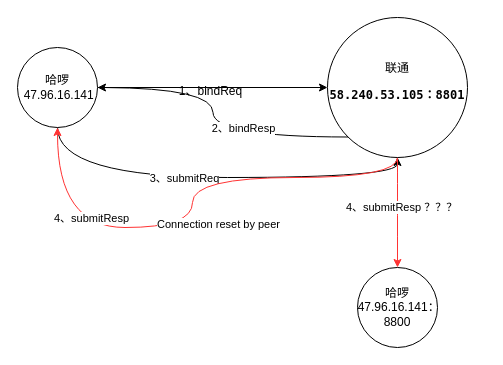
The draw.io diagram sgip.drawio in zyhui98/drawio, before the edit. Source tidied: cells renumbered, new cells numbered last; positions are measured from the earlier drawing's top-left corner, leaving out a move shared by most shapes. Both pictures are drawn from the tidied source at 100%, with x=0, y=0 at pixel (17, 17).
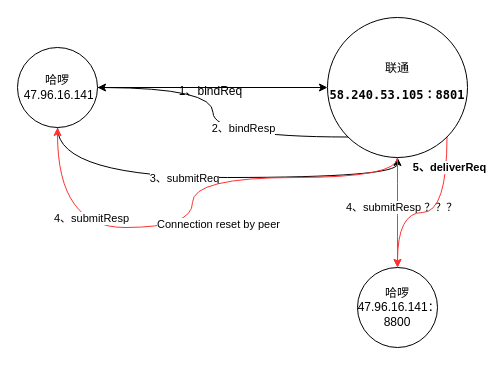
The same diagram, later.

Unchanged cells that the change refers to:
```xml
<mxCell id="13" value="联通&lt;br&gt;&lt;pre style=&quot;font-family: &amp;#34;menlo&amp;#34; ; font-size: 9pt&quot;&gt;&lt;span style=&quot;font-weight: bold&quot;&gt;58.240.53.105：8801&lt;/span&gt;&lt;/pre&gt;" style="ellipse;whiteSpace=wrap;html=1;" parent="1" vertex="1">
  <mxGeometry x="310" width="140" height="140" as="geometry" />
</mxCell>
<mxCell id="15" value="哈啰&lt;br&gt;&amp;nbsp;47.96.16.141：8800" style="ellipse;whiteSpace=wrap;html=1;" parent="1" vertex="1">
  <mxGeometry x="340" y="250" width="80" height="80" as="geometry" />
</mxCell>
```

What changed in the source:
```diff
@@
+    <mxCell id="16" style="edgeStyle=orthogonalEdgeStyle;curved=1;rounded=0;jumpStyle=none;jettySize=auto;html=1;exitX=1;exitY=1;exitDx=0;exitDy=0;entryX=0.5;entryY=0;entryDx=0;entryDy=0;strokeColor=#FF3333;" parent="1" edge="1" source="13" target="15">
+      <mxGeometry relative="1" as="geometry" />
+    </mxCell>
+    <mxCell id="17" value="5、deliverReq" style="edgeLabel;html=1;align=center;verticalAlign=middle;fontStyle=1;" parent="16" vertex="1">
+      <mxGeometry x="-0.77" y="2" relative="1" as="geometry">
+        <mxPoint y="9.5" as="offset" />
+      </mxGeometry>
+    </mxCell>
```
